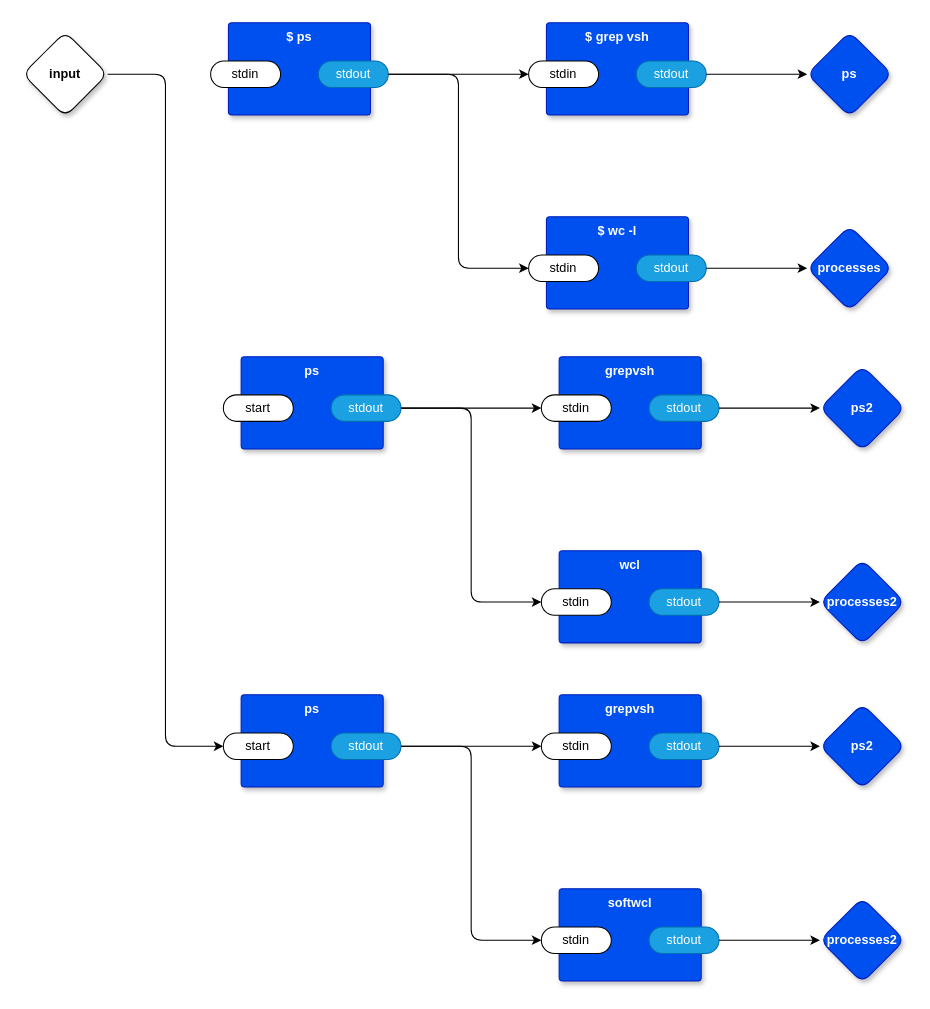
Above: page "main" (1 of 5) of vsh.drawio in guitarvydas/odin0d (draw.io), before the change. Source tidied: cells renumbered, new cells numbered last; positions are measured from the earlier drawing's top-left corner, leaving out a move shared by most shapes. Both pictures are drawn from the tidied source at 106%, with x=0, y=0 at pixel (22, 22).
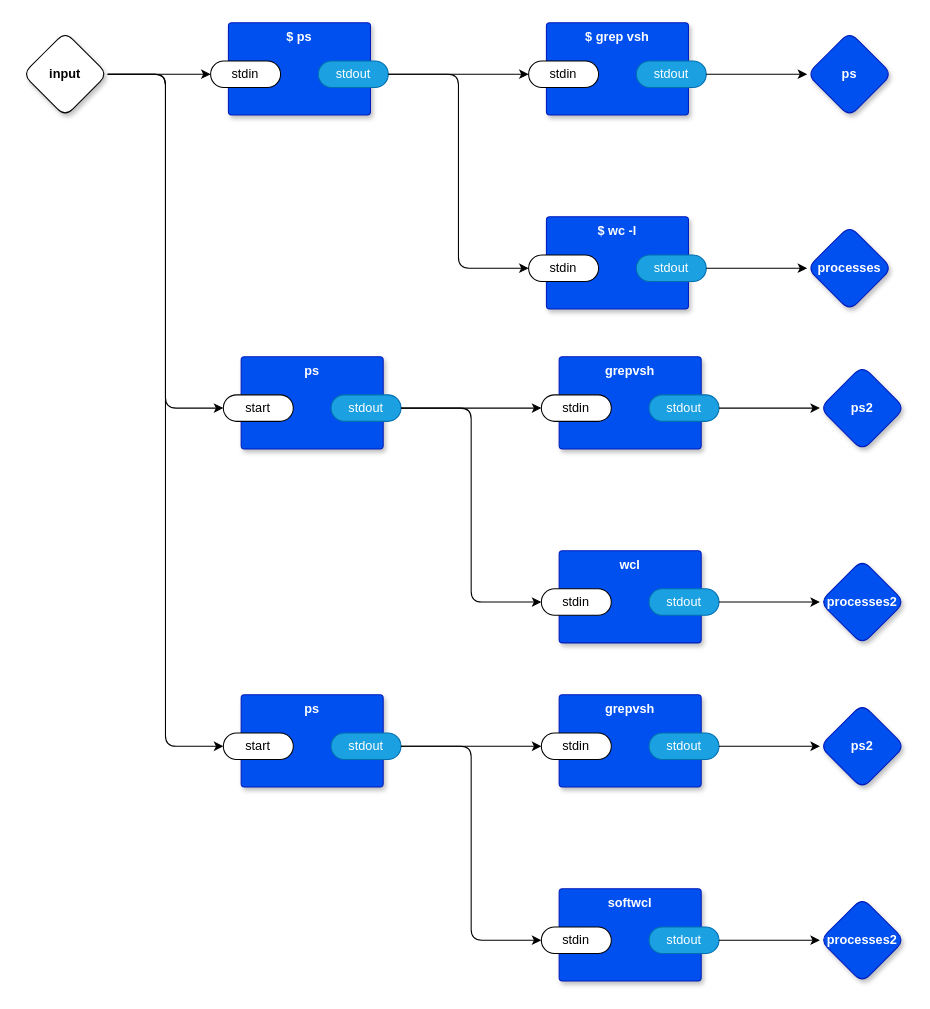
After the change.

Commit message (it also covers changes not shown here):
comment out send to done

The change refers to these unchanged cells:
```xml
<mxCell id="3" value="input" style="rhombus;whiteSpace=wrap;html=1;rounded=1;fontStyle=1;glass=0;sketch=0;fontSize=12;points=[[0,0.5,0,0,0],[0.5,0,0,0,0],[0.5,1,0,0,0],[1,0.5,0,0,0]];shadow=1;" parent="1" vertex="1">
  <mxGeometry y="8.5" width="80" height="80" as="geometry" />
</mxCell>
<mxCell id="6" value="stdin" style="rounded=1;whiteSpace=wrap;html=1;sketch=0;points=[[0,0.5,0,0,0],[1,0.5,0,0,0]];arcSize=50;" parent="5" vertex="1">
  <mxGeometry x="-16.8" y="36" width="66" height="25" as="geometry" />
</mxCell>
<mxCell id="21" value="start" style="rounded=1;whiteSpace=wrap;html=1;sketch=0;points=[[0,0.5,0,0,0],[1,0.5,0,0,0]];arcSize=50;" parent="20" vertex="1">
  <mxGeometry x="-16.8" y="36" width="66" height="25" as="geometry" />
</mxCell>
```

The edit, as a diff of the source:
```diff
@@
+    <mxCell id="49" style="edgeStyle=orthogonalEdgeStyle;shape=connector;rounded=1;jettySize=auto;html=1;exitX=1;exitY=0.5;exitDx=0;exitDy=0;exitPerimeter=0;entryX=0;entryY=0.5;entryDx=0;entryDy=0;entryPerimeter=0;labelBackgroundColor=default;strokeColor=default;fontFamily=Helvetica;fontSize=11;fontColor=default;endArrow=classic;" parent="1" edge="1" source="3" target="6">
+      <mxGeometry relative="1" as="geometry" />
+    </mxCell>
+    <mxCell id="50" style="edgeStyle=orthogonalEdgeStyle;shape=connector;rounded=1;jettySize=auto;html=1;exitX=1;exitY=0.5;exitDx=0;exitDy=0;exitPerimeter=0;entryX=0;entryY=0.5;entryDx=0;entryDy=0;entryPerimeter=0;labelBackgroundColor=default;strokeColor=default;fontFamily=Helvetica;fontSize=11;fontColor=default;endArrow=classic;" parent="1" edge="1" source="3" target="21">
+      <mxGeometry relative="1" as="geometry" />
+    </mxCell>
```
